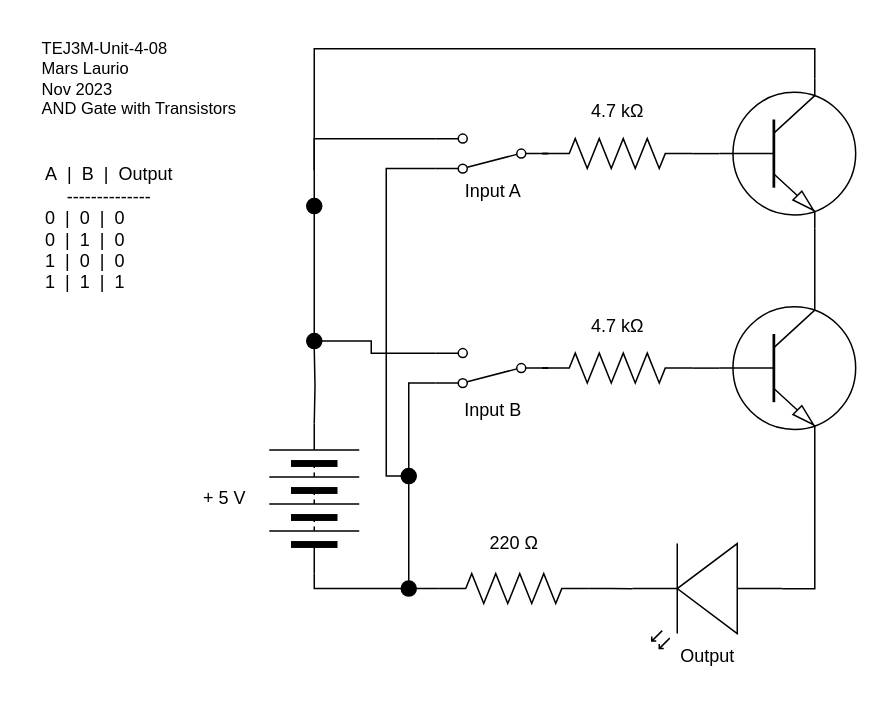
This is Unit4-08/TEJ3M-Unit-4-08.drawio from Mars-Laurio/TEJ3M-Unit4, a draw.io file, before an edit. Source tidied: cells renumbered, new cells numbered last; positions are measured from the earlier drawing's top-left corner, leaving out a move shared by most shapes. Both pictures are drawn from the tidied source at 150%, with x=0, y=0 at pixel (26, 26).
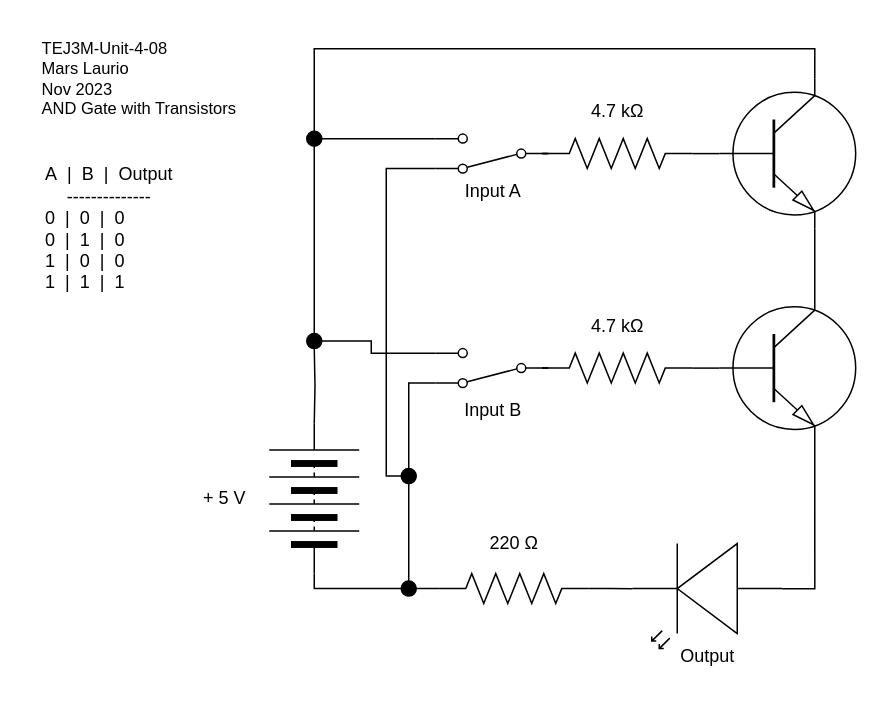
After the change.

The change refers to these unchanged cells:
```xml
<mxCell id="12" style="ellipse;whiteSpace=wrap;html=1;fillColor=#000000;strokeColor=#000000;" parent="1" vertex="1">
  <mxGeometry x="187" y="204.9" width="10" height="10" as="geometry" />
</mxCell>
<mxCell id="17" style="verticalLabelPosition=bottom;shadow=0;dashed=0;align=center;html=1;verticalAlign=top;shape=mxgraph.electrical.transistors.npn_transistor_1;fontFamily=Helvetica;fontSize=11;fontColor=default;" parent="1" vertex="1">
  <mxGeometry x="460" y="34.9" width="95" height="100" as="geometry" />
</mxCell>
```

The edit, as a diff of the source:
```diff
@@
     <mxCell id="11" style="edgeStyle=orthogonalEdgeStyle;shape=connector;rounded=0;html=1;exitX=0.5;exitY=0;exitDx=0;exitDy=0;entryX=0.5;entryY=1;entryDx=0;entryDy=0;labelBackgroundColor=default;strokeColor=default;fontFamily=Helvetica;fontSize=11;fontColor=default;endArrow=none;endFill=0;" parent="1" edge="1" source="12" target="14">
-      <mxGeometry relative="1" as="geometry" />
+      <mxGeometry relative="1" as="geometry">
+        <Array as="points">
+          <mxPoint x="192" y="80" />
+        </Array>
+      </mxGeometry>
     </mxCell>
@@
-    <mxCell id="14" style="ellipse;whiteSpace=wrap;html=1;fillColor=#000000;strokeColor=#000000;" parent="1" vertex="1">
-      <mxGeometry x="187" y="114.9" width="10" height="10" as="geometry" />
-    </mxCell>
@@
-    <mxCell id="16" style="edgeStyle=orthogonalEdgeStyle;shape=connector;rounded=0;html=1;exitX=0.7;exitY=0;exitDx=0;exitDy=0;exitPerimeter=0;labelBackgroundColor=default;strokeColor=default;fontFamily=Helvetica;fontSize=11;fontColor=default;endArrow=none;endFill=0;" parent="1" edge="1" source="17">
-      <mxGeometry relative="1" as="geometry">
-        <mxPoint x="192" y="96" as="targetPoint" />
-        <Array as="points">
-          <mxPoint x="526" y="15" />
-          <mxPoint x="192" y="15" />
-        </Array>
-      </mxGeometry>
-    </mxCell>
@@
+    <mxCell id="40" style="edgeStyle=orthogonalEdgeStyle;shape=connector;rounded=0;html=1;exitX=0.5;exitY=0;exitDx=0;exitDy=0;entryX=0.7;entryY=0;entryDx=0;entryDy=0;entryPerimeter=0;labelBackgroundColor=default;strokeColor=default;fontFamily=Helvetica;fontSize=11;fontColor=default;endArrow=none;endFill=0;" parent="1" edge="1" source="14" target="17">
+      <mxGeometry relative="1" as="geometry">
+        <Array as="points">
+          <mxPoint x="192" y="15" />
+          <mxPoint x="526" y="15" />
+        </Array>
+      </mxGeometry>
+    </mxCell>
+    <mxCell id="14" style="ellipse;whiteSpace=wrap;html=1;fillColor=#000000;strokeColor=#000000;" parent="1" vertex="1">
+      <mxGeometry x="187" y="70" width="10" height="10" as="geometry" />
+    </mxCell>
```
